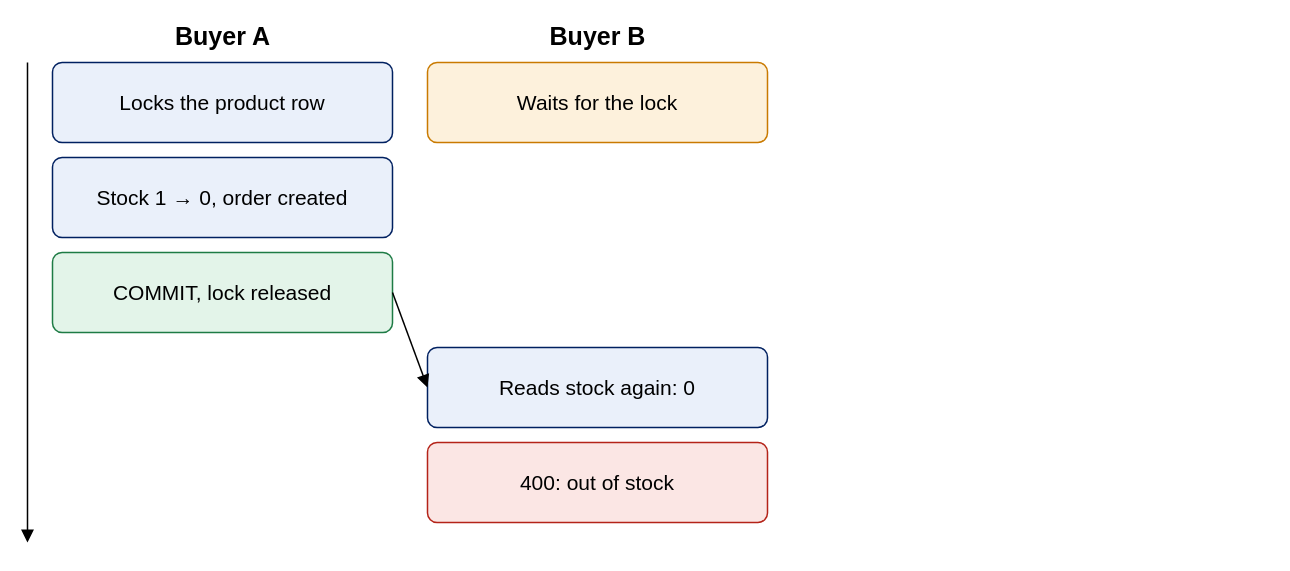
This is page "Two Buyers" (11 of 13) of docs/system-design/drawio/12-slide-diagrams.drawio from tdat-dev/Zoldify_Backend, a draw.io file, before an edit. Source tidied: cells renumbered, new cells numbered last; positions are measured from the earlier drawing's top-left corner, leaving out a move shared by most shapes. Both pictures are drawn from the tidied source at 100%, with x=0, y=0 at pixel (27, 17).
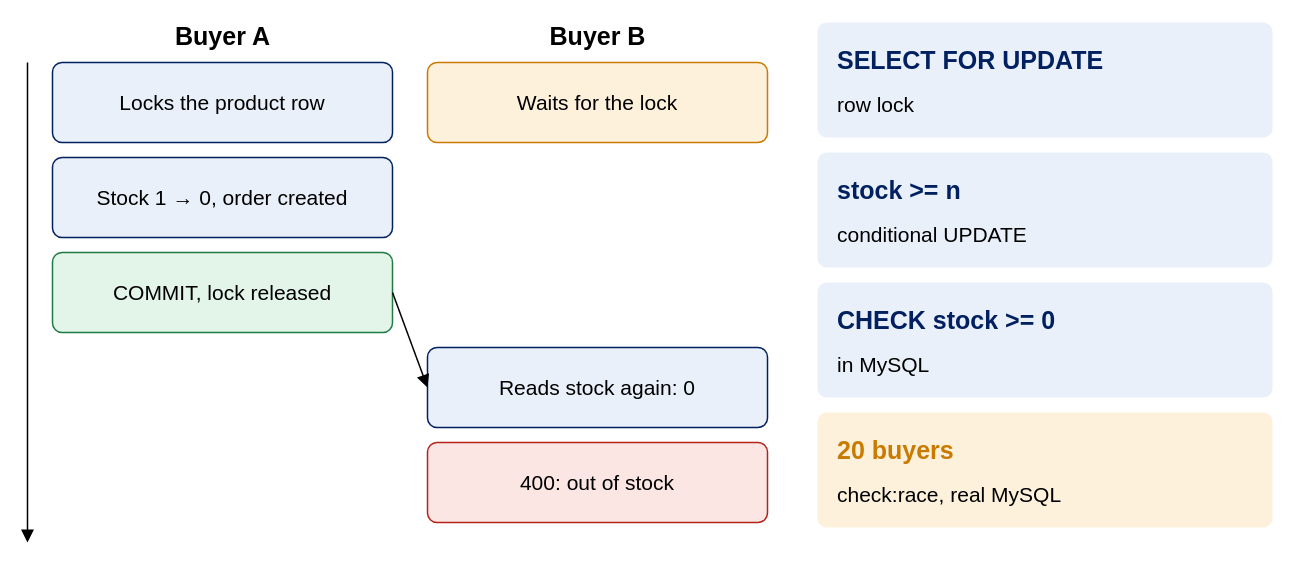
The same page after the edit.

What changed in the source:
```diff
@@
+    <mxCell id="12" style="rounded=1;arcSize=8;whiteSpace=wrap;html=1;fillColor=#EAF0FA;strokeColor=none;fontFamily=Helvetica;fontColor=#000000;" parent="1" vertex="1">
+      <mxGeometry x="790" y="5" width="455" height="115" as="geometry" />
+    </mxCell>
+    <mxCell id="13" value="SELECT FOR UPDATE" style="text;html=1;whiteSpace=wrap;verticalAlign=middle;align=left;fontSize=25;fontStyle=1;fontFamily=Helvetica;fontColor=#002060;" parent="1" vertex="1">
+      <mxGeometry x="808" y="13" width="419" height="57.5" as="geometry" />
+    </mxCell>
+    <mxCell id="14" value="row lock" style="text;html=1;whiteSpace=wrap;verticalAlign=middle;align=left;fontSize=21;fontStyle=0;fontFamily=Helvetica;fontColor=#000000;" parent="1" vertex="1">
+      <mxGeometry x="808" y="62.5" width="419" height="49.5" as="geometry" />
+    </mxCell>
+    <mxCell id="15" style="rounded=1;arcSize=8;whiteSpace=wrap;html=1;fillColor=#EAF0FA;strokeColor=none;fontFamily=Helvetica;fontColor=#000000;" parent="1" vertex="1">
+      <mxGeometry x="790" y="135" width="455" height="115" as="geometry" />
+    </mxCell>
+    <mxCell id="16" value="stock &gt;= n" style="text;html=1;whiteSpace=wrap;verticalAlign=middle;align=left;fontSize=25;fontStyle=1;fontFamily=Helvetica;fontColor=#002060;" parent="1" vertex="1">
+      <mxGeometry x="808" y="143" width="419" height="57.5" as="geometry" />
+    </mxCell>
+    <mxCell id="17" value="conditional UPDATE" style="text;html=1;whiteSpace=wrap;verticalAlign=middle;align=left;fontSize=21;fontStyle=0;fontFamily=Helvetica;fontColor=#000000;" parent="1" vertex="1">
+      <mxGeometry x="808" y="192.5" width="419" height="49.5" as="geometry" />
+    </mxCell>
+    <mxCell id="18" style="rounded=1;arcSize=8;whiteSpace=wrap;html=1;fillColor=#EAF0FA;strokeColor=none;fontFamily=Helvetica;fontColor=#000000;" parent="1" vertex="1">
+      <mxGeometry x="790" y="265" width="455" height="115" as="geometry" />
+    </mxCell>
+    <mxCell id="19" value="CHECK stock &gt;= 0" style="text;html=1;whiteSpace=wrap;verticalAlign=middle;align=left;fontSize=25;fontStyle=1;fontFamily=Helvetica;fontColor=#002060;" parent="1" vertex="1">
+      <mxGeometry x="808" y="273" width="419" height="57.5" as="geometry" />
+    </mxCell>
+    <mxCell id="20" value="in MySQL" style="text;html=1;whiteSpace=wrap;verticalAlign=middle;align=left;fontSize=21;fontStyle=0;fontFamily=Helvetica;fontColor=#000000;" parent="1" vertex="1">
+      <mxGeometry x="808" y="322.5" width="419" height="49.5" as="geometry" />
+    </mxCell>
+    <mxCell id="21" style="rounded=1;arcSize=8;whiteSpace=wrap;html=1;fillColor=#FDF1DC;strokeColor=none;fontFamily=Helvetica;fontColor=#000000;" parent="1" vertex="1">
+      <mxGeometry x="790" y="395" width="455" height="115" as="geometry" />
+    </mxCell>
+    <mxCell id="22" value="20 buyers" style="text;html=1;whiteSpace=wrap;verticalAlign=middle;align=left;fontSize=25;fontStyle=1;fontFamily=Helvetica;fontColor=#C97A00;" parent="1" vertex="1">
+      <mxGeometry x="808" y="403" width="419" height="57.5" as="geometry" />
+    </mxCell>
+    <mxCell id="23" value="check:race, real MySQL" style="text;html=1;whiteSpace=wrap;verticalAlign=middle;align=left;fontSize=21;fontStyle=0;fontFamily=Helvetica;fontColor=#000000;" parent="1" vertex="1">
+      <mxGeometry x="808" y="452.5" width="419" height="49.5" as="geometry" />
+    </mxCell>
```
